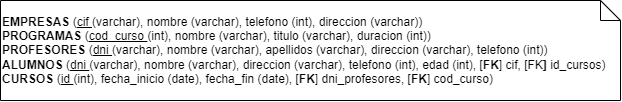
The draw.io diagram Ejercicio2/2_modelo_relacional.png in RobertoCarrera/rcsm-bc-bbdd-evolutivo-25_07_2023, before a commit. Source tidied: cells renumbered, new cells last; positions are measured from the earlier drawing's top-left corner, leaving out a move shared by most shapes. Source of this version:
```xml
<mxGraphModel>
  <root>
    <mxCell id="0" />
    <mxCell id="1" parent="0" />
    <mxCell id="2" value="&lt;b&gt;EMPRESAS &lt;/b&gt;(&lt;u&gt;cif &lt;/u&gt;(varchar), nombre (varchar), telefono (int), direccion (varchar))&lt;br style=&quot;border-color: var(--border-color);&quot;&gt;&lt;b style=&quot;border-color: var(--border-color);&quot;&gt;PROGRAMAS&amp;nbsp;&lt;/b&gt;(&lt;u style=&quot;border-color: var(--border-color);&quot;&gt;cod_curso&amp;nbsp;&lt;/u&gt;(int), nombre (varchar), titulo (varchar), duracion (int))&lt;br style=&quot;border-color: var(--border-color);&quot;&gt;&lt;b style=&quot;border-color: var(--border-color);&quot;&gt;PROFESORES&amp;nbsp;&lt;/b&gt;(&lt;u style=&quot;border-color: var(--border-color);&quot;&gt;dni&amp;nbsp;&lt;/u&gt;(varchar), nombre (varchar), apellidos (varchar), direccion (varchar), telefono (int))&lt;br&gt;&lt;b&gt;ALUMNOS &lt;/b&gt;(&lt;u&gt;dni &lt;/u&gt;(varchar), nombre (varchar), direccion (varchar), telefono (int), edad (int), [&lt;b&gt;FK&lt;/b&gt;] cif, [FK&lt;b&gt;] &lt;/b&gt;id_cursos)&lt;br&gt;&lt;b&gt;CURSOS &lt;/b&gt;(&lt;u&gt;id &lt;/u&gt;(int), fecha_inicio (date), fecha_fin (date), [&lt;b&gt;FK&lt;/b&gt;] dni_profesores, [&lt;b&gt;FK&lt;/b&gt;] cod_curso)" style="shape=note;size=20;whiteSpace=wrap;html=1;align=left;" parent="1" vertex="1">
      <mxGeometry width="620" height="100" as="geometry" />
    </mxCell>
  </root>
</mxGraphModel>
```
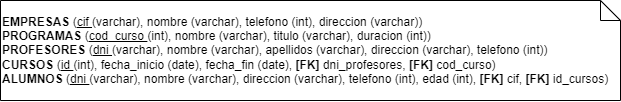
After the commit.

What changed in the source:
```diff
@@ -2,7 +2,7 @@
   <root>
     <mxCell id="0" />
     <mxCell id="1" parent="0" />
-    <mxCell id="2" value="&lt;b&gt;EMPRESAS &lt;/b&gt;(&lt;u&gt;cif &lt;/u&gt;(varchar), nombre (varchar), telefono (int), direccion (varchar))&lt;br style=&quot;border-color: var(--border-color);&quot;&gt;&lt;b style=&quot;border-color: var(--border-color);&quot;&gt;PROGRAMAS&amp;nbsp;&lt;/b&gt;(&lt;u style=&quot;border-color: var(--border-color);&quot;&gt;cod_curso&amp;nbsp;&lt;/u&gt;(int), nombre (varchar), titulo (varchar), duracion (int))&lt;br style=&quot;border-color: var(--border-color);&quot;&gt;&lt;b style=&quot;border-color: var(--border-color);&quot;&gt;PROFESORES&amp;nbsp;&lt;/b&gt;(&lt;u style=&quot;border-color: var(--border-color);&quot;&gt;dni&amp;nbsp;&lt;/u&gt;(varchar), nombre (varchar), apellidos (varchar), direccion (varchar), telefono (int))&lt;br&gt;&lt;b&gt;ALUMNOS &lt;/b&gt;(&lt;u&gt;dni &lt;/u&gt;(varchar), nombre (varchar), direccion (varchar), telefono (int), edad (int), [&lt;b&gt;FK&lt;/b&gt;] cif, [FK&lt;b&gt;] &lt;/b&gt;id_cursos)&lt;br&gt;&lt;b&gt;CURSOS &lt;/b&gt;(&lt;u&gt;id &lt;/u&gt;(int), fecha_inicio (date), fecha_fin (date), [&lt;b&gt;FK&lt;/b&gt;] dni_profesores, [&lt;b&gt;FK&lt;/b&gt;] cod_curso)" style="shape=note;size=20;whiteSpace=wrap;html=1;align=left;" parent="1" vertex="1">
+    <mxCell id="2" value="&lt;b&gt;EMPRESAS &lt;/b&gt;(&lt;u&gt;cif &lt;/u&gt;(varchar), nombre (varchar), telefono (int), direccion (varchar))&lt;br style=&quot;border-color: var(--border-color);&quot;&gt;&lt;b style=&quot;border-color: var(--border-color);&quot;&gt;PROGRAMAS&amp;nbsp;&lt;/b&gt;(&lt;u style=&quot;border-color: var(--border-color);&quot;&gt;cod_curso&amp;nbsp;&lt;/u&gt;(int), nombre (varchar), titulo (varchar), duracion (int))&lt;br style=&quot;border-color: var(--border-color);&quot;&gt;&lt;b style=&quot;border-color: var(--border-color);&quot;&gt;PROFESORES&amp;nbsp;&lt;/b&gt;(&lt;u style=&quot;border-color: var(--border-color);&quot;&gt;dni&amp;nbsp;&lt;/u&gt;(varchar), nombre (varchar), apellidos (varchar), direccion (varchar), telefono (int))&lt;br style=&quot;border-color: var(--border-color);&quot;&gt;&lt;b style=&quot;border-color: var(--border-color);&quot;&gt;CURSOS&amp;nbsp;&lt;/b&gt;(&lt;u style=&quot;border-color: var(--border-color);&quot;&gt;id&amp;nbsp;&lt;/u&gt;(int), fecha_inicio (date), fecha_fin (date), &lt;b&gt;[&lt;span style=&quot;border-color: var(--border-color);&quot;&gt;FK&lt;/span&gt;]&lt;/b&gt; dni_profesores, &lt;b&gt;[&lt;span style=&quot;border-color: var(--border-color);&quot;&gt;FK&lt;/span&gt;]&lt;/b&gt; cod_curso)&lt;br&gt;&lt;b&gt;ALUMNOS &lt;/b&gt;(&lt;u&gt;dni &lt;/u&gt;(varchar), nombre (varchar), direccion (varchar), telefono (int), edad (int), &lt;b&gt;[FK]&lt;/b&gt; cif, &lt;b&gt;[FK] &lt;/b&gt;id_cursos)" style="shape=note;size=20;whiteSpace=wrap;html=1;align=left;" parent="1" vertex="1">
       <mxGeometry width="620" height="100" as="geometry" />
     </mxCell>
   </root>
```
